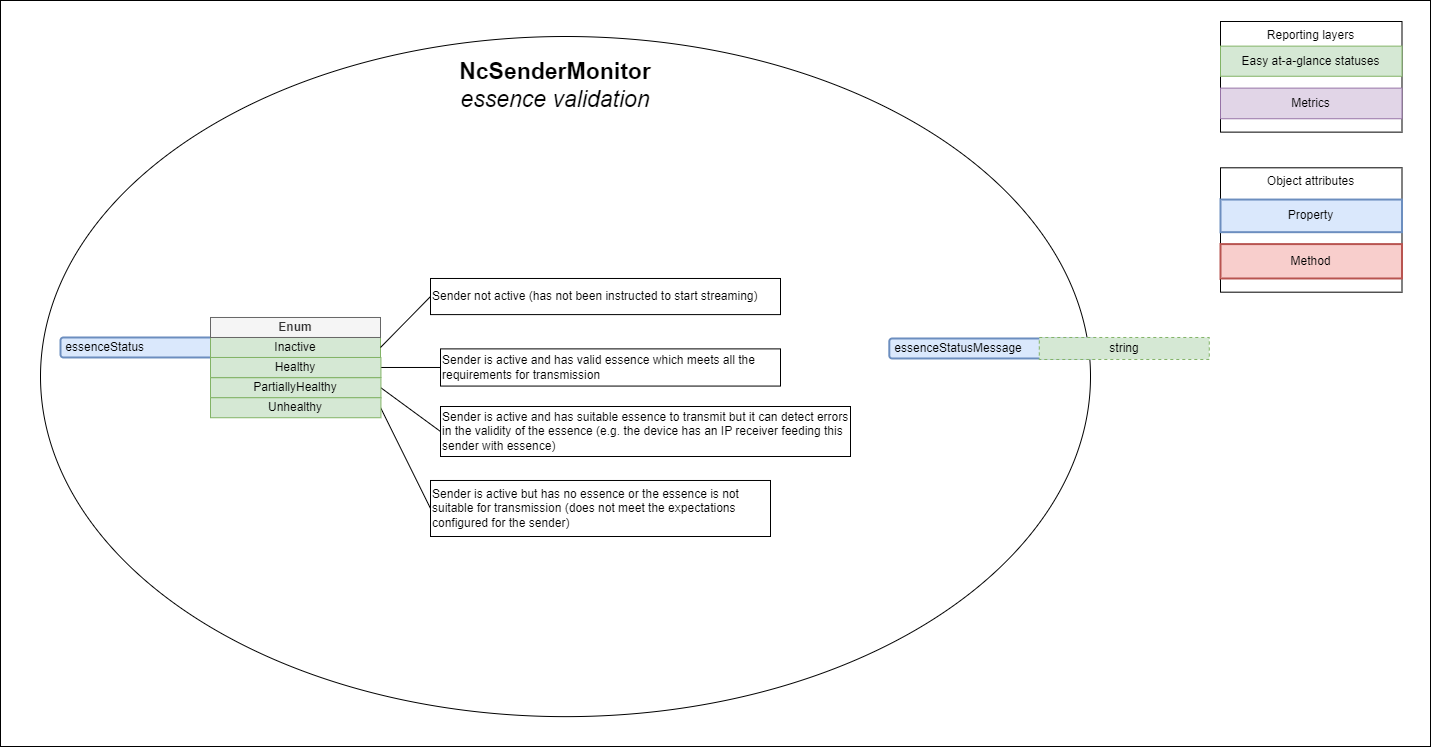
Earlier version of the draw.io export docs/images/sender-model-essence-validation.png (AMWA-TV/bcp-008-02). Source tidied: cells renumbered, new cells last; positions are measured from the earlier drawing's top-left corner, leaving out a move shared by most shapes. The source it was exported from:
```xml
<mxGraphModel>
  <root>
    <mxCell id="0" />
    <mxCell id="1" parent="0" />
    <mxCell id="2" style="rounded=0;whiteSpace=wrap;html=1;" parent="1" vertex="1">
      <mxGeometry width="1430" height="746" as="geometry" />
    </mxCell>
    <mxCell id="3" style="ellipse;whiteSpace=wrap;html=1;" parent="1" vertex="1">
      <mxGeometry x="40" y="36" width="1050" height="680.1" as="geometry" />
    </mxCell>
    <mxCell id="4" value="Reporting layers" style="rounded=0;whiteSpace=wrap;html=1;horizontal=1;verticalAlign=top;" parent="1" vertex="1">
      <mxGeometry x="1220" y="21" width="181.5" height="110.6" as="geometry" />
    </mxCell>
    <mxCell id="5" value="Easy at-a-glance statuses" style="rounded=0;whiteSpace=wrap;html=1;fillColor=#d5e8d4;strokeColor=#82b366;" parent="1" vertex="1">
      <mxGeometry x="1220" y="45.6" width="181.5" height="30.1" as="geometry" />
    </mxCell>
    <mxCell id="6" value="Metrics" style="rounded=0;whiteSpace=wrap;html=1;fillColor=#e1d5e7;strokeColor=#9673a6;" parent="1" vertex="1">
      <mxGeometry x="1220" y="87.6" width="181.5" height="30.6" as="geometry" />
    </mxCell>
    <mxCell id="7" value="Object attributes" style="rounded=0;whiteSpace=wrap;html=1;horizontal=1;verticalAlign=top;" parent="1" vertex="1">
      <mxGeometry x="1220" y="167.3" width="181.5" height="124.4" as="geometry" />
    </mxCell>
    <mxCell id="8" value="Property" style="rounded=0;whiteSpace=wrap;html=1;fillColor=#dae8fc;strokeColor=#6c8ebf;align=center;strokeWidth=2;" parent="1" vertex="1">
      <mxGeometry x="1220" y="199" width="181.5" height="32.6" as="geometry" />
    </mxCell>
    <mxCell id="9" value="Method" style="rounded=0;whiteSpace=wrap;html=1;fillColor=#f8cecc;strokeColor=#b85450;align=center;strokeWidth=2;" parent="1" vertex="1">
      <mxGeometry x="1220" y="243.6" width="181.5" height="34.4" as="geometry" />
    </mxCell>
    <mxCell id="10" value="NcSenderMonitor&lt;div&gt;&lt;span style=&quot;font-weight: normal;&quot;&gt;&lt;i&gt;essence validation&lt;/i&gt;&lt;/span&gt;&lt;/div&gt;" style="text;html=1;strokeColor=none;fillColor=none;align=center;verticalAlign=middle;whiteSpace=wrap;rounded=0;strokeWidth=1;fontSize=23;fontStyle=1;" parent="1" vertex="1">
      <mxGeometry x="431.2" y="51.9" width="247.5" height="65.6" as="geometry" />
    </mxCell>
    <mxCell id="11" value="&amp;nbsp;essenceStatus" style="rounded=1;whiteSpace=wrap;html=1;align=left;fillColor=#dae8fc;strokeColor=#6c8ebf;strokeWidth=2;" parent="1" vertex="1">
      <mxGeometry x="60" y="337" width="207.5" height="20" as="geometry" />
    </mxCell>
    <mxCell id="12" value="Inactive" style="rounded=0;whiteSpace=wrap;html=1;fillColor=#d5e8d4;strokeColor=#82b366;" parent="1" vertex="1">
      <mxGeometry x="210" y="337" width="170" height="20" as="geometry" />
    </mxCell>
    <mxCell id="13" value="Enum" style="rounded=0;whiteSpace=wrap;html=1;fillColor=#f5f5f5;strokeColor=#666666;fontStyle=1;fontColor=#333333;" parent="1" vertex="1">
      <mxGeometry x="210" y="317" width="170" height="20" as="geometry" />
    </mxCell>
    <mxCell id="14" value="Sender is active but has no essence or the essence is not suitable for transmission (does not meet the expectations configured for the sender)" style="text;html=1;strokeColor=default;fillColor=default;align=left;verticalAlign=middle;whiteSpace=wrap;rounded=0;" parent="1" vertex="1">
      <mxGeometry x="430" y="480" width="340" height="56" as="geometry" />
    </mxCell>
    <mxCell id="15" style="endArrow=none;html=1;rounded=0;entryX=0;entryY=0.5;entryDx=0;entryDy=0;exitX=1;exitY=0.5;exitDx=0;exitDy=0;" parent="1" edge="1" target="14">
      <mxGeometry relative="1" as="geometry">
        <mxPoint x="380" y="407" as="sourcePoint" />
      </mxGeometry>
    </mxCell>
    <mxCell id="16" value="Sender is active and has valid essence which meets all the requirements for transmission" style="text;html=1;strokeColor=default;fillColor=default;align=left;verticalAlign=middle;whiteSpace=wrap;rounded=0;" parent="1" vertex="1">
      <mxGeometry x="440" y="348.4" width="340" height="37.2" as="geometry" />
    </mxCell>
    <mxCell id="17" value="Sender not active (has not been instructed to start streaming)" style="text;html=1;strokeColor=default;fillColor=default;align=left;verticalAlign=middle;whiteSpace=wrap;rounded=0;" parent="1" vertex="1">
      <mxGeometry x="430" y="278" width="350" height="36.1" as="geometry" />
    </mxCell>
    <mxCell id="18" style="endArrow=none;html=1;rounded=0;entryX=0;entryY=0.5;entryDx=0;entryDy=0;exitX=1;exitY=0.5;exitDx=0;exitDy=0;" parent="1" edge="1" target="16">
      <mxGeometry relative="1" as="geometry">
        <mxPoint x="380" y="367" as="sourcePoint" />
      </mxGeometry>
    </mxCell>
    <mxCell id="19" style="endArrow=none;html=1;rounded=0;entryX=0;entryY=0.5;entryDx=0;entryDy=0;exitX=1;exitY=0.5;exitDx=0;exitDy=0;" parent="1" edge="1" source="12" target="17">
      <mxGeometry relative="1" as="geometry" />
    </mxCell>
    <mxCell id="20" value="&amp;nbsp;essenceStatusMessage" style="rounded=1;whiteSpace=wrap;html=1;align=left;fillColor=#dae8fc;strokeColor=#6c8ebf;strokeWidth=2;" parent="1" vertex="1">
      <mxGeometry x="888.8" y="338" width="207.5" height="20" as="geometry" />
    </mxCell>
    <mxCell id="21" value="string" style="rounded=0;whiteSpace=wrap;html=1;dashed=1;fillColor=#d5e8d4;strokeColor=#82b366;" parent="1" vertex="1">
      <mxGeometry x="1038.8" y="337" width="170" height="22" as="geometry" />
    </mxCell>
    <mxCell id="22" value="Sender is active and has suitable essence to transmit but it can detect errors in the validity of the essence (e.g. the device has an IP receiver feeding this sender with essence)" style="text;html=1;strokeColor=default;fillColor=default;align=left;verticalAlign=middle;whiteSpace=wrap;rounded=0;" parent="1" vertex="1">
      <mxGeometry x="440" y="406" width="410" height="50" as="geometry" />
    </mxCell>
    <mxCell id="23" style="endArrow=none;html=1;rounded=0;entryX=0;entryY=0.5;entryDx=0;entryDy=0;exitX=1;exitY=0.5;exitDx=0;exitDy=0;" parent="1" edge="1" target="22">
      <mxGeometry relative="1" as="geometry">
        <mxPoint x="380" y="387" as="sourcePoint" />
      </mxGeometry>
    </mxCell>
    <mxCell id="24" value="Healthy" style="rounded=0;whiteSpace=wrap;html=1;fillColor=#d5e8d4;strokeColor=#82b366;" parent="1" vertex="1">
      <mxGeometry x="210" y="357" width="170.4" height="20" as="geometry" />
    </mxCell>
    <mxCell id="25" value="PartiallyHealthy" style="rounded=0;whiteSpace=wrap;html=1;fillColor=#d5e8d4;strokeColor=#82b366;" parent="1" vertex="1">
      <mxGeometry x="210" y="377.2" width="170.4" height="20" as="geometry" />
    </mxCell>
    <mxCell id="26" value="Unhealthy" style="rounded=0;whiteSpace=wrap;html=1;fillColor=#d5e8d4;strokeColor=#82b366;" parent="1" vertex="1">
      <mxGeometry x="210" y="397.2" width="170.4" height="20" as="geometry" />
    </mxCell>
  </root>
</mxGraphModel>
```
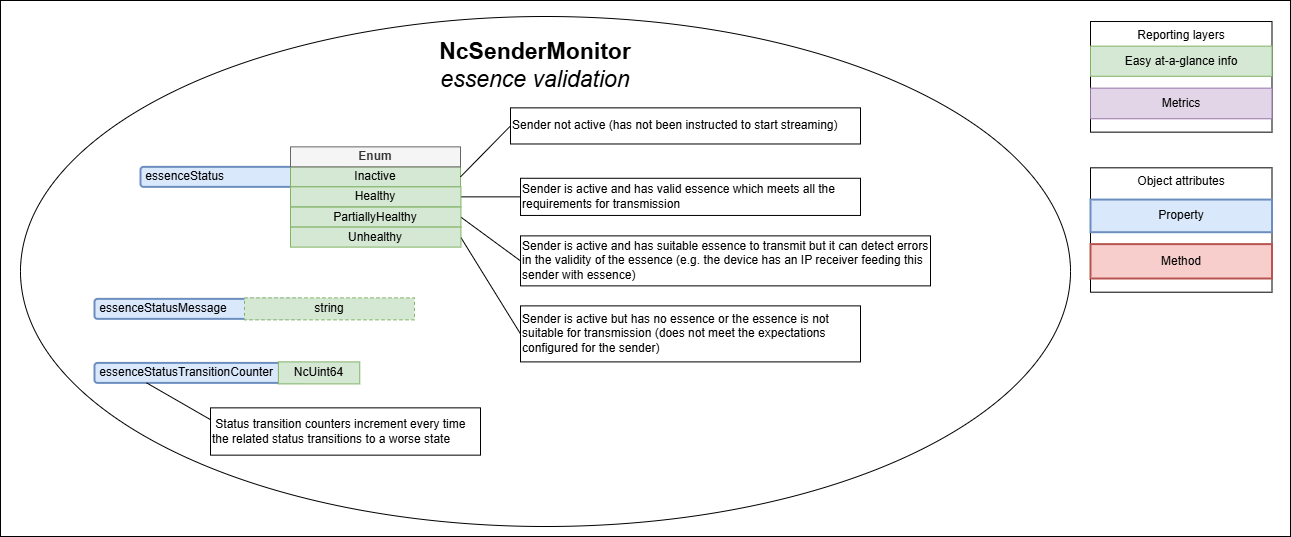
Later version of the same file.

Commit message:
Add status transition counter properties

Diff of the diagram source:
```diff
@@ -3,85 +3,97 @@
     <mxCell id="0" />
     <mxCell id="1" parent="0" />
     <mxCell id="2" style="rounded=0;whiteSpace=wrap;html=1;" parent="1" vertex="1">
-      <mxGeometry width="1430" height="746" as="geometry" />
+      <mxGeometry width="1290" height="536" as="geometry" />
     </mxCell>
     <mxCell id="3" style="ellipse;whiteSpace=wrap;html=1;" parent="1" vertex="1">
-      <mxGeometry x="40" y="36" width="1050" height="680.1" as="geometry" />
+      <mxGeometry x="20" y="16" width="1050" height="510" as="geometry" />
     </mxCell>
     <mxCell id="4" value="Reporting layers" style="rounded=0;whiteSpace=wrap;html=1;horizontal=1;verticalAlign=top;" parent="1" vertex="1">
-      <mxGeometry x="1220" y="21" width="181.5" height="110.6" as="geometry" />
+      <mxGeometry x="1090" y="21" width="181.5" height="110.6" as="geometry" />
     </mxCell>
-    <mxCell id="5" value="Easy at-a-glance statuses" style="rounded=0;whiteSpace=wrap;html=1;fillColor=#d5e8d4;strokeColor=#82b366;" parent="1" vertex="1">
-      <mxGeometry x="1220" y="45.6" width="181.5" height="30.1" as="geometry" />
+    <mxCell id="5" value="Easy at-a-glance info" style="rounded=0;whiteSpace=wrap;html=1;fillColor=#d5e8d4;strokeColor=#82b366;" parent="1" vertex="1">
+      <mxGeometry x="1090" y="45.7" width="181.5" height="30.1" as="geometry" />
     </mxCell>
     <mxCell id="6" value="Metrics" style="rounded=0;whiteSpace=wrap;html=1;fillColor=#e1d5e7;strokeColor=#9673a6;" parent="1" vertex="1">
-      <mxGeometry x="1220" y="87.6" width="181.5" height="30.6" as="geometry" />
+      <mxGeometry x="1090" y="87.6" width="181.5" height="30.6" as="geometry" />
     </mxCell>
     <mxCell id="7" value="Object attributes" style="rounded=0;whiteSpace=wrap;html=1;horizontal=1;verticalAlign=top;" parent="1" vertex="1">
-      <mxGeometry x="1220" y="167.3" width="181.5" height="124.4" as="geometry" />
+      <mxGeometry x="1090" y="167.3" width="181.5" height="124.4" as="geometry" />
     </mxCell>
     <mxCell id="8" value="Property" style="rounded=0;whiteSpace=wrap;html=1;fillColor=#dae8fc;strokeColor=#6c8ebf;align=center;strokeWidth=2;" parent="1" vertex="1">
-      <mxGeometry x="1220" y="199" width="181.5" height="32.6" as="geometry" />
+      <mxGeometry x="1090" y="199.1" width="181.5" height="32.6" as="geometry" />
     </mxCell>
     <mxCell id="9" value="Method" style="rounded=0;whiteSpace=wrap;html=1;fillColor=#f8cecc;strokeColor=#b85450;align=center;strokeWidth=2;" parent="1" vertex="1">
-      <mxGeometry x="1220" y="243.6" width="181.5" height="34.4" as="geometry" />
+      <mxGeometry x="1090" y="243.6" width="181.5" height="34.4" as="geometry" />
     </mxCell>
     <mxCell id="10" value="NcSenderMonitor&lt;div&gt;&lt;span style=&quot;font-weight: normal;&quot;&gt;&lt;i&gt;essence validation&lt;/i&gt;&lt;/span&gt;&lt;/div&gt;" style="text;html=1;strokeColor=none;fillColor=none;align=center;verticalAlign=middle;whiteSpace=wrap;rounded=0;strokeWidth=1;fontSize=23;fontStyle=1;" parent="1" vertex="1">
-      <mxGeometry x="431.2" y="51.9" width="247.5" height="65.6" as="geometry" />
+      <mxGeometry x="411.2" y="31.9" width="247.5" height="65.6" as="geometry" />
     </mxCell>
     <mxCell id="11" value="&amp;nbsp;essenceStatus" style="rounded=1;whiteSpace=wrap;html=1;align=left;fillColor=#dae8fc;strokeColor=#6c8ebf;strokeWidth=2;" parent="1" vertex="1">
-      <mxGeometry x="60" y="337" width="207.5" height="20" as="geometry" />
+      <mxGeometry x="140" y="166.4" width="207.5" height="20" as="geometry" />
     </mxCell>
     <mxCell id="12" value="Inactive" style="rounded=0;whiteSpace=wrap;html=1;fillColor=#d5e8d4;strokeColor=#82b366;" parent="1" vertex="1">
-      <mxGeometry x="210" y="337" width="170" height="20" as="geometry" />
+      <mxGeometry x="290" y="166.4" width="170" height="20" as="geometry" />
     </mxCell>
     <mxCell id="13" value="Enum" style="rounded=0;whiteSpace=wrap;html=1;fillColor=#f5f5f5;strokeColor=#666666;fontStyle=1;fontColor=#333333;" parent="1" vertex="1">
-      <mxGeometry x="210" y="317" width="170" height="20" as="geometry" />
+      <mxGeometry x="290" y="146.4" width="170" height="20" as="geometry" />
     </mxCell>
     <mxCell id="14" value="Sender is active but has no essence or the essence is not suitable for transmission (does not meet the expectations configured for the sender)" style="text;html=1;strokeColor=default;fillColor=default;align=left;verticalAlign=middle;whiteSpace=wrap;rounded=0;" parent="1" vertex="1">
-      <mxGeometry x="430" y="480" width="340" height="56" as="geometry" />
+      <mxGeometry x="520" y="305.4" width="340" height="56" as="geometry" />
     </mxCell>
     <mxCell id="15" style="endArrow=none;html=1;rounded=0;entryX=0;entryY=0.5;entryDx=0;entryDy=0;exitX=1;exitY=0.5;exitDx=0;exitDy=0;" parent="1" edge="1" target="14">
       <mxGeometry relative="1" as="geometry">
-        <mxPoint x="380" y="407" as="sourcePoint" />
+        <mxPoint x="460" y="236.4" as="sourcePoint" />
       </mxGeometry>
     </mxCell>
     <mxCell id="16" value="Sender is active and has valid essence which meets all the requirements for transmission" style="text;html=1;strokeColor=default;fillColor=default;align=left;verticalAlign=middle;whiteSpace=wrap;rounded=0;" parent="1" vertex="1">
-      <mxGeometry x="440" y="348.4" width="340" height="37.2" as="geometry" />
+      <mxGeometry x="520" y="177.8" width="340" height="37.2" as="geometry" />
     </mxCell>
     <mxCell id="17" value="Sender not active (has not been instructed to start streaming)" style="text;html=1;strokeColor=default;fillColor=default;align=left;verticalAlign=middle;whiteSpace=wrap;rounded=0;" parent="1" vertex="1">
-      <mxGeometry x="430" y="278" width="350" height="36.1" as="geometry" />
+      <mxGeometry x="510" y="107.4" width="350" height="36.1" as="geometry" />
     </mxCell>
     <mxCell id="18" style="endArrow=none;html=1;rounded=0;entryX=0;entryY=0.5;entryDx=0;entryDy=0;exitX=1;exitY=0.5;exitDx=0;exitDy=0;" parent="1" edge="1" target="16">
       <mxGeometry relative="1" as="geometry">
-        <mxPoint x="380" y="367" as="sourcePoint" />
+        <mxPoint x="460" y="196.4" as="sourcePoint" />
       </mxGeometry>
     </mxCell>
     <mxCell id="19" style="endArrow=none;html=1;rounded=0;entryX=0;entryY=0.5;entryDx=0;entryDy=0;exitX=1;exitY=0.5;exitDx=0;exitDy=0;" parent="1" edge="1" source="12" target="17">
       <mxGeometry relative="1" as="geometry" />
     </mxCell>
     <mxCell id="20" value="&amp;nbsp;essenceStatusMessage" style="rounded=1;whiteSpace=wrap;html=1;align=left;fillColor=#dae8fc;strokeColor=#6c8ebf;strokeWidth=2;" parent="1" vertex="1">
-      <mxGeometry x="888.8" y="338" width="207.5" height="20" as="geometry" />
+      <mxGeometry x="94" y="298.4" width="207.5" height="20" as="geometry" />
     </mxCell>
     <mxCell id="21" value="string" style="rounded=0;whiteSpace=wrap;html=1;dashed=1;fillColor=#d5e8d4;strokeColor=#82b366;" parent="1" vertex="1">
-      <mxGeometry x="1038.8" y="337" width="170" height="22" as="geometry" />
+      <mxGeometry x="244" y="297.4" width="170" height="22" as="geometry" />
     </mxCell>
     <mxCell id="22" value="Sender is active and has suitable essence to transmit but it can detect errors in the validity of the essence (e.g. the device has an IP receiver feeding this sender with essence)" style="text;html=1;strokeColor=default;fillColor=default;align=left;verticalAlign=middle;whiteSpace=wrap;rounded=0;" parent="1" vertex="1">
-      <mxGeometry x="440" y="406" width="410" height="50" as="geometry" />
+      <mxGeometry x="520" y="235.4" width="410" height="50" as="geometry" />
     </mxCell>
     <mxCell id="23" style="endArrow=none;html=1;rounded=0;entryX=0;entryY=0.5;entryDx=0;entryDy=0;exitX=1;exitY=0.5;exitDx=0;exitDy=0;" parent="1" edge="1" target="22">
       <mxGeometry relative="1" as="geometry">
-        <mxPoint x="380" y="387" as="sourcePoint" />
+        <mxPoint x="460" y="216.4" as="sourcePoint" />
       </mxGeometry>
     </mxCell>
     <mxCell id="24" value="Healthy" style="rounded=0;whiteSpace=wrap;html=1;fillColor=#d5e8d4;strokeColor=#82b366;" parent="1" vertex="1">
-      <mxGeometry x="210" y="357" width="170.4" height="20" as="geometry" />
+      <mxGeometry x="290" y="186.4" width="170.4" height="20" as="geometry" />
     </mxCell>
     <mxCell id="25" value="PartiallyHealthy" style="rounded=0;whiteSpace=wrap;html=1;fillColor=#d5e8d4;strokeColor=#82b366;" parent="1" vertex="1">
-      <mxGeometry x="210" y="377.2" width="170.4" height="20" as="geometry" />
+      <mxGeometry x="290" y="206.6" width="170.4" height="20" as="geometry" />
     </mxCell>
     <mxCell id="26" value="Unhealthy" style="rounded=0;whiteSpace=wrap;html=1;fillColor=#d5e8d4;strokeColor=#82b366;" parent="1" vertex="1">
-      <mxGeometry x="210" y="397.2" width="170.4" height="20" as="geometry" />
+      <mxGeometry x="290" y="226.6" width="170.4" height="20" as="geometry" />
     </mxCell>
+    <mxCell id="27" value="&amp;nbsp;essenceStatusTransitionCounter" style="rounded=1;whiteSpace=wrap;html=1;align=left;fillColor=#dae8fc;strokeColor=#6c8ebf;strokeWidth=2;" parent="1" vertex="1">
+      <mxGeometry x="94" y="362.4" width="208.5" height="20" as="geometry" />
+    </mxCell>
+    <mxCell id="28" value="NcUint64" style="rounded=0;whiteSpace=wrap;html=1;fillColor=#d5e8d4;strokeColor=#82b366;" parent="1" vertex="1">
+      <mxGeometry x="277.9" y="361.4" width="81.4" height="22" as="geometry" />
+    </mxCell>
+    <mxCell id="29" value="&amp;nbsp;Status transition counters increment every time the related status transitions to a worse state" style="text;html=1;strokeColor=default;fillColor=default;align=left;verticalAlign=middle;whiteSpace=wrap;rounded=0;" parent="1" vertex="1">
+      <mxGeometry x="210" y="407.4" width="270" height="47.3" as="geometry" />
+    </mxCell>
+    <mxCell id="30" style="endArrow=none;html=1;rounded=0;entryX=0;entryY=0.25;entryDx=0;entryDy=0;exitX=0.25;exitY=1;exitDx=0;exitDy=0;" parent="1" edge="1" source="27" target="29">
+      <mxGeometry relative="1" as="geometry" />
+    </mxCell>
   </root>
 </mxGraphModel>
```
